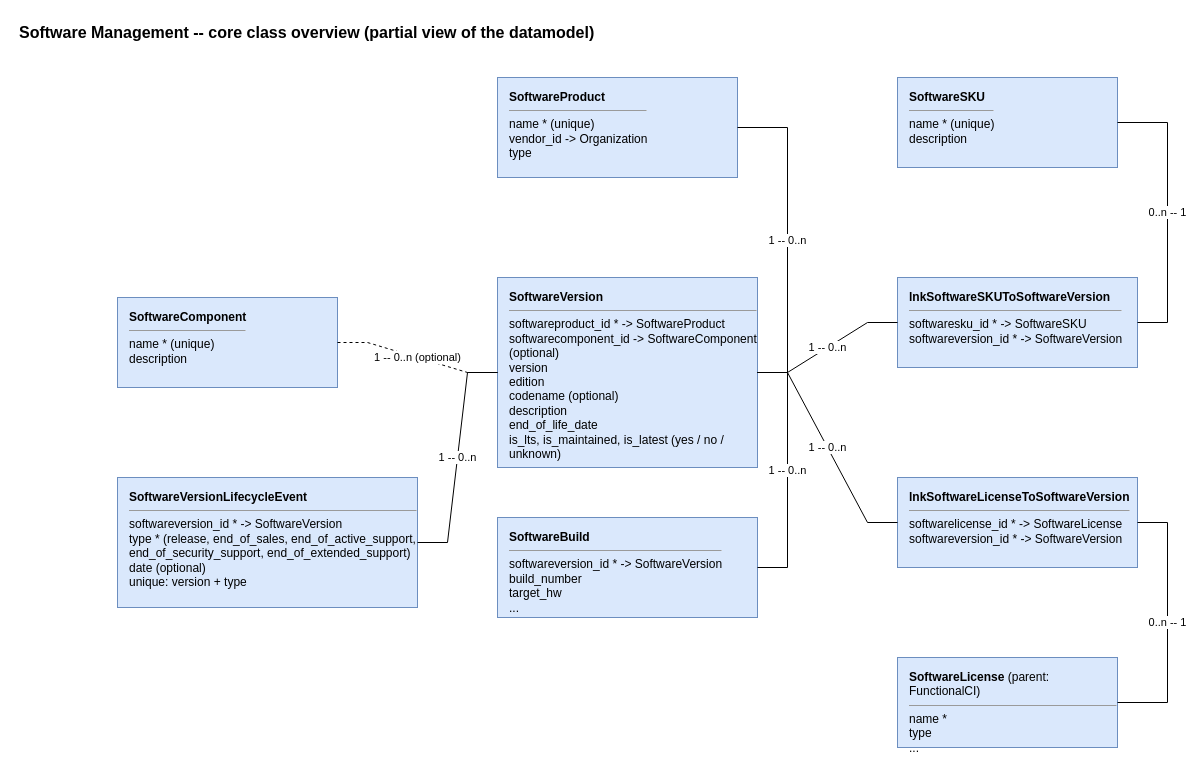
This is jb-software-mgmt-main/docs/class-diagram.drawio from jbostoen/itop-jb-software-mgmt, a draw.io file, before an edit. Source tidied: cells renumbered, new cells numbered last; positions are measured from the earlier drawing's top-left corner, leaving out a move shared by most shapes. Both pictures are drawn from the tidied source at 100%, with x=0, y=0 at pixel (17, 17).
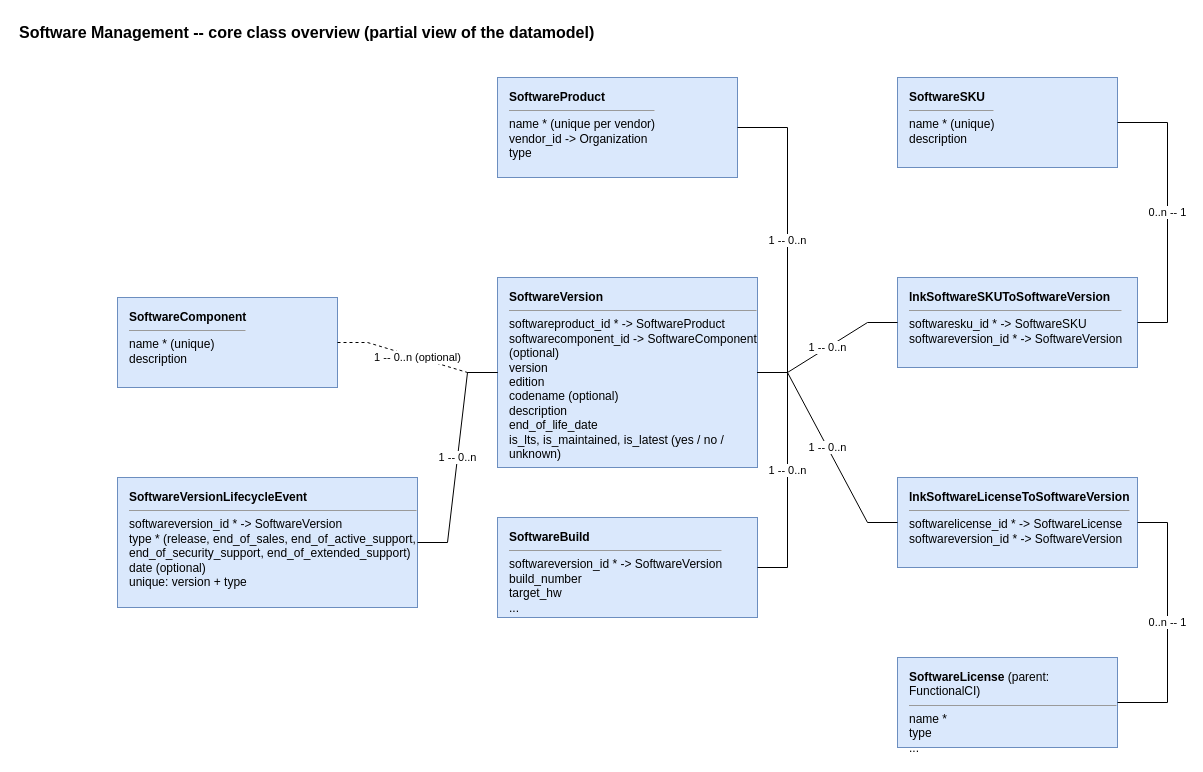
The same diagram, later.

Commit message (it also covers changes not shown here):
* Enhancement: Make the name of a software product unique per vendor #40

Diff of the diagram source:
```diff
@@
 <mxGraphModel>
   <root>
     <mxCell id="0" />
     <mxCell id="1" parent="0" />
     <mxCell id="2" value="Software Management -- core class overview (partial view of the datamodel)" style="text;html=1;align=left;verticalAlign=middle;fontSize=16;fontStyle=1;" parent="1" vertex="1">
       <mxGeometry width="900" height="30" as="geometry" />
     </mxCell>
-    <mxCell id="3" value="&lt;b&gt;SoftwareProduct&lt;/b&gt;&lt;hr size=&quot;1&quot;/&gt;name * (unique)&lt;br&gt;vendor_id -&gt; Organization&lt;br&gt;type" style="rounded=0;whiteSpace=wrap;html=1;align=left;verticalAlign=top;spacingLeft=10;spacingTop=6;fontSize=12;fillColor=#dae8fc;strokeColor=#6c8ebf;" parent="1" vertex="1">
+    <mxCell id="3" value="&lt;b&gt;SoftwareProduct&lt;/b&gt;&lt;hr size=&quot;1&quot;/&gt;name * (unique per vendor)&lt;br&gt;vendor_id -&gt; Organization&lt;br&gt;type" style="rounded=0;whiteSpace=wrap;html=1;align=left;verticalAlign=top;spacingLeft=10;spacingTop=6;fontSize=12;fillColor=#dae8fc;strokeColor=#6c8ebf;" parent="1" vertex="1">
       <mxGeometry x="480" y="60" width="240" height="100" as="geometry" />
     </mxCell>
     <mxCell id="4" value="&lt;b&gt;SoftwareComponent&lt;/b&gt;&lt;hr size=&quot;1&quot;/&gt;name * (unique)&lt;br&gt;description" style="rounded=0;whiteSpace=wrap;html=1;align=left;verticalAlign=top;spacingLeft=10;spacingTop=6;fontSize=12;fillColor=#dae8fc;strokeColor=#6c8ebf;" parent="1" vertex="1">
       <mxGeometry x="100" y="280" width="220" height="90" as="geometry" />
     </mxCell>
     <mxCell id="5" value="&lt;b&gt;SoftwareVersion&lt;/b&gt;&lt;hr size=&quot;1&quot;/&gt;softwareproduct_id * -&gt; SoftwareProduct&lt;br&gt;softwarecomponent_id -&gt; SoftwareComponent (optional)&lt;br&gt;version&lt;br&gt;edition&lt;br&gt;codename (optional)&lt;br&gt;description&lt;br&gt;end_of_life_date&lt;br&gt;is_lts, is_maintained, is_latest (yes / no / unknown)" style="rounded=0;whiteSpace=wrap;html=1;align=left;verticalAlign=top;spacingLeft=10;spacingTop=6;fontSize=12;fillColor=#dae8fc;strokeColor=#6c8ebf;" parent="1" vertex="1">
       <mxGeometry x="480" y="260" width="260" height="190" as="geometry" />
     </mxCell>
     <mxCell id="6" value="&lt;b&gt;SoftwareBuild&lt;/b&gt;&lt;hr size=&quot;1&quot;/&gt;softwareversion_id * -&gt; SoftwareVersion&lt;br&gt;build_number&lt;br&gt;target_hw&lt;br&gt;..." style="rounded=0;whiteSpace=wrap;html=1;align=left;verticalAlign=top;spacingLeft=10;spacingTop=6;fontSize=12;fillColor=#dae8fc;strokeColor=#6c8ebf;" parent="1" vertex="1">
       <mxGeometry x="480" y="500" width="260" height="100" as="geometry" />
     </mxCell>
     <mxCell id="7" value="&lt;b&gt;SoftwareSKU&lt;/b&gt;&lt;hr size=&quot;1&quot;/&gt;name * (unique)&lt;br&gt;description" style="rounded=0;whiteSpace=wrap;html=1;align=left;verticalAlign=top;spacingLeft=10;spacingTop=6;fontSize=12;fillColor=#dae8fc;strokeColor=#6c8ebf;" parent="1" vertex="1">
       <mxGeometry x="880" y="60" width="220" height="90" as="geometry" />
     </mxCell>
     <mxCell id="8" value="&lt;b&gt;lnkSoftwareSKUToSoftwareVersion&lt;/b&gt;&lt;hr size=&quot;1&quot;/&gt;softwaresku_id * -&gt; SoftwareSKU&lt;br&gt;softwareversion_id * -&gt; SoftwareVersion" style="rounded=0;whiteSpace=wrap;html=1;align=left;verticalAlign=top;spacingLeft=10;spacingTop=6;fontSize=12;fillColor=#dae8fc;strokeColor=#6c8ebf;" parent="1" vertex="1">
       <mxGeometry x="880" y="260" width="240" height="90" as="geometry" />
     </mxCell>
     <mxCell id="9" value="&lt;b&gt;lnkSoftwareLicenseToSoftwareVersion&lt;/b&gt;&lt;hr size=&quot;1&quot;/&gt;softwarelicense_id * -&gt; SoftwareLicense&lt;br&gt;softwareversion_id * -&gt; SoftwareVersion" style="rounded=0;whiteSpace=wrap;html=1;align=left;verticalAlign=top;spacingLeft=10;spacingTop=6;fontSize=12;fillColor=#dae8fc;strokeColor=#6c8ebf;" parent="1" vertex="1">
       <mxGeometry x="880" y="460" width="240" height="90" as="geometry" />
     </mxCell>
     <mxCell id="10" value="&lt;b&gt;SoftwareLicense&lt;/b&gt; (parent: FunctionalCI)&lt;hr size=&quot;1&quot;/&gt;name *&lt;br&gt;type&lt;br&gt;..." style="rounded=0;whiteSpace=wrap;html=1;align=left;verticalAlign=top;spacingLeft=10;spacingTop=6;fontSize=12;fillColor=#dae8fc;strokeColor=#6c8ebf;" parent="1" vertex="1">
       <mxGeometry x="880" y="640" width="220" height="90" as="geometry" />
     </mxCell>
     <mxCell id="11" value="&lt;b&gt;SoftwareVersionLifecycleEvent&lt;/b&gt;&lt;hr size=&quot;1&quot;/&gt;softwareversion_id * -&gt; SoftwareVersion&lt;br&gt;type * (release, end_of_sales, end_of_active_support, end_of_security_support, end_of_extended_support)&lt;br&gt;date (optional)&lt;br&gt;unique: version + type" style="rounded=0;whiteSpace=wrap;html=1;align=left;verticalAlign=top;spacingLeft=10;spacingTop=6;fontSize=12;fillColor=#dae8fc;strokeColor=#6c8ebf;" parent="1" vertex="1">
       <mxGeometry x="100" y="460" width="300" height="130" as="geometry" />
     </mxCell>
     <mxCell id="12" value="1 -- 0..n" style="edgeStyle=entityRelationEdgeStyle;rounded=0;html=1;fontSize=11;endArrow=none;startArrow=none;" parent="1" edge="1" source="3" target="5">
       <mxGeometry relative="1" as="geometry" />
     </mxCell>
     <mxCell id="13" value="1 -- 0..n (optional)" style="edgeStyle=entityRelationEdgeStyle;rounded=0;html=1;fontSize=11;endArrow=none;startArrow=none;dashed=1;" parent="1" edge="1" source="4" target="5">
       <mxGeometry relative="1" as="geometry" />
     </mxCell>
     <mxCell id="14" value="1 -- 0..n" style="edgeStyle=entityRelationEdgeStyle;rounded=0;html=1;fontSize=11;endArrow=none;startArrow=none;" parent="1" edge="1" source="5" target="6">
       <mxGeometry relative="1" as="geometry" />
     </mxCell>
     <mxCell id="15" value="1 -- 0..n" style="edgeStyle=entityRelationEdgeStyle;rounded=0;html=1;fontSize=11;endArrow=none;startArrow=none;" parent="1" edge="1" source="5" target="8">
       <mxGeometry relative="1" as="geometry" />
     </mxCell>
     <mxCell id="16" value="0..n -- 1" style="edgeStyle=entityRelationEdgeStyle;rounded=0;html=1;fontSize=11;endArrow=none;startArrow=none;" parent="1" edge="1" source="8" target="7">
       <mxGeometry relative="1" as="geometry" />
     </mxCell>
     <mxCell id="17" value="1 -- 0..n" style="edgeStyle=entityRelationEdgeStyle;rounded=0;html=1;fontSize=11;endArrow=none;startArrow=none;" parent="1" edge="1" source="5" target="9">
       <mxGeometry relative="1" as="geometry" />
     </mxCell>
     <mxCell id="18" value="0..n -- 1" style="edgeStyle=entityRelationEdgeStyle;rounded=0;html=1;fontSize=11;endArrow=none;startArrow=none;" parent="1" edge="1" source="9" target="10">
       <mxGeometry relative="1" as="geometry" />
     </mxCell>
     <mxCell id="19" value="1 -- 0..n" style="edgeStyle=entityRelationEdgeStyle;rounded=0;html=1;fontSize=11;endArrow=none;startArrow=none;" parent="1" edge="1" source="5" target="11">
       <mxGeometry relative="1" as="geometry" />
     </mxCell>
   </root>
 </mxGraphModel>
```
